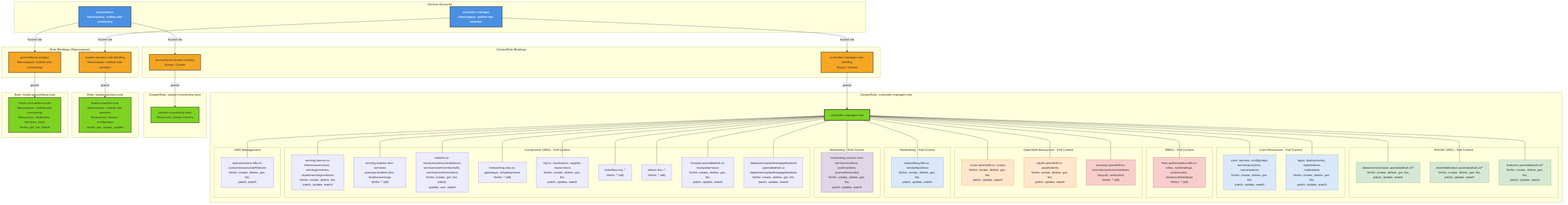
The Mermaid diagram architecture/rhoai-2.6/diagrams/rhods-operator-rbac.png in rhuss/architecture-context, before a commit. Its source is kept beside it as architecture/rhoai-2.6/diagrams/rhods-operator-rbac.mmd. Its diagram source:
```mermaid
graph TD
    subgraph "Service Accounts"
        SA_Controller[controller-manager<br/>Namespace: redhat-ods-operator]
        SA_Prometheus[prometheus<br/>Namespace: redhat-ods-monitoring]
    end

    subgraph "ClusterRole Bindings"
        CRB_Controller[controller-manager-role-binding<br/>Scope: Cluster]
        CRB_PromCluster[prometheus-cluster-monitor<br/>Scope: Cluster]
    end

    subgraph "Role Bindings (Namespace)"
        RB_Leader[leader-election-role-binding<br/>Namespace: redhat-ods-operator]
        RB_Prom[prometheus-scraper<br/>Namespace: redhat-ods-monitoring]
    end

    subgraph "ClusterRole: controller-manager-role"
        CR_Controller[controller-manager-role]

        subgraph "RHOAI CRDs - Full Control"
            Perm_DSC["datasciencecluster.opendatahub.io/*<br/>Verbs: create, delete, get, list,<br/>patch, update, watch"]
            Perm_DSCI["dscinitialization.opendatahub.io/*<br/>Verbs: create, delete, get, list,<br/>patch, update, watch"]
            Perm_Features["features.opendatahub.io/*<br/>Verbs: create, delete, get, list,<br/>patch, update, watch"]
        end

        subgraph "Core Resources - Full Control"
            Perm_Core["core: secrets, configmaps,<br/>serviceaccounts, namespaces<br/>Verbs: create, delete, get, list,<br/>patch, update, watch"]
            Perm_Apps["apps: deployments, statefulsets,<br/>replicasets<br/>Verbs: create, delete, get, list,<br/>patch, update, watch"]
        end

        subgraph "RBAC - Full Control"
            Perm_RBAC["rbac.authorization.k8s.io:<br/>roles, rolebindings,<br/>clusterroles, clusterrolebindings<br/>Verbs: * (all)"]
        end

        subgraph "OpenShift Resources - Full Control"
            Perm_Routes["route.openshift.io: routes<br/>Verbs: create, delete, get, list,<br/>patch, update, watch"]
            Perm_OAuth["oauth.openshift.io: oauthclients<br/>Verbs: create, delete, get, list,<br/>patch, update, watch"]
            Perm_SCC["security.openshift.io:<br/>securitycontextconstraints<br/>(anyuid, restricted)<br/>Verbs: * (all)"]
        end

        subgraph "Networking - Full Control"
            Perm_NetPol["networking.k8s.io: networkpolicies<br/>Verbs: create, delete, get, list,<br/>patch, update, watch"]
        end

        subgraph "Monitoring - Full Control"
            Perm_Monitoring["monitoring.coreos.com:<br/>servicemonitors, podmonitors,<br/>prometheusrules<br/>Verbs: create, delete, get, list,<br/>patch, update, watch"]
        end

        subgraph "Component CRDs - Full Control"
            Perm_KServe["serving.kserve.io:<br/>inferenceservices, servingruntimes,<br/>clusterservingruntimes<br/>Verbs: create, delete, list,<br/>patch, update, watch"]
            Perm_Knative["serving.knative.dev: services<br/>operator.knative.dev: knativeservings<br/>Verbs: * (all)"]
            Perm_ServiceMesh["maistra.io: servicemeshcontrolplanes,<br/>servicemeshmemberrolls, servicemeshmembers<br/>Verbs: create, get, list, patch,<br/>update, use, watch"]
            Perm_Istio["networking.istio.io:<br/>gateways, virtualservices<br/>Verbs: * (all)"]
            Perm_Ray["ray.io: rayclusters, rayjobs,<br/>rayservices<br/>Verbs: create, delete, get, list,<br/>patch, update, watch"]
            Perm_Kubeflow["kubeflow.org: *<br/>Verbs: * (all)"]
            Perm_Tekton["tekton.dev: *<br/>Verbs: * (all)"]
            Perm_TrustyAI["trustyai.opendatahub.io:<br/>trustyaiservices<br/>Verbs: create, delete, get, list,<br/>patch, update, watch"]
            Perm_DSP["datasciencepipelinesapplications<br/>.opendatahub.io:<br/>datasciencepipelinesapplications<br/>Verbs: create, delete, get, list,<br/>patch, update, watch"]
        end

        subgraph "CRD Management"
            Perm_CRD["apiextensions.k8s.io:<br/>customresourcedefinitions<br/>Verbs: create, delete, get, list,<br/>patch, watch"]
        end

        CR_Controller --- Perm_DSC
        CR_Controller --- Perm_DSCI
        CR_Controller --- Perm_Features
        CR_Controller --- Perm_Core
        CR_Controller --- Perm_Apps
        CR_Controller --- Perm_RBAC
        CR_Controller --- Perm_Routes
        CR_Controller --- Perm_OAuth
        CR_Controller --- Perm_SCC
        CR_Controller --- Perm_NetPol
        CR_Controller --- Perm_Monitoring
        CR_Controller --- Perm_KServe
        CR_Controller --- Perm_Knative
        CR_Controller --- Perm_ServiceMesh
        CR_Controller --- Perm_Istio
        CR_Controller --- Perm_Ray
        CR_Controller --- Perm_Kubeflow
        CR_Controller --- Perm_Tekton
        CR_Controller --- Perm_TrustyAI
        CR_Controller --- Perm_DSP
        CR_Controller --- Perm_CRD
    end

    subgraph "ClusterRole: cluster-monitoring-view"
        CR_MonView[cluster-monitoring-view<br/>Read-only cluster metrics]
    end

    subgraph "Role: leader-election-role"
        R_Leader[leader-election-role<br/>Namespace: redhat-ods-operator<br/>Resources: leases, configmaps<br/>Verbs: get, create, update]
    end

    subgraph "Role: rhods-prometheus-role"
        R_Prom[rhods-prometheus-role<br/>Namespace: redhat-ods-monitoring<br/>Resources: endpoints, services, pods<br/>Verbs: get, list, watch]
    end

    SA_Controller -->|bound via| CRB_Controller
    CRB_Controller -->|grants| CR_Controller

    SA_Prometheus -->|bound via| CRB_PromCluster
    CRB_PromCluster -->|grants| CR_MonView

    SA_Controller -->|bound via| RB_Leader
    RB_Leader -->|grants| R_Leader

    SA_Prometheus -->|bound via| RB_Prom
    RB_Prom -->|grants| R_Prom

    style SA_Controller fill:#4a90e2,stroke:#333,stroke-width:2px,color:#fff
    style SA_Prometheus fill:#4a90e2,stroke:#333,stroke-width:2px,color:#fff

    style CRB_Controller fill:#f5a623,stroke:#333,stroke-width:2px
    style CRB_PromCluster fill:#f5a623,stroke:#333,stroke-width:2px
    style RB_Leader fill:#f5a623,stroke:#333,stroke-width:2px
    style RB_Prom fill:#f5a623,stroke:#333,stroke-width:2px

    style CR_Controller fill:#7ed321,stroke:#333,stroke-width:3px
    style CR_MonView fill:#7ed321,stroke:#333,stroke-width:2px
    style R_Leader fill:#7ed321,stroke:#333,stroke-width:2px
    style R_Prom fill:#7ed321,stroke:#333,stroke-width:2px

    style Perm_DSC fill:#d5e8d4,stroke:#82b366
    style Perm_DSCI fill:#d5e8d4,stroke:#82b366
    style Perm_Features fill:#d5e8d4,stroke:#82b366
    style Perm_Core fill:#dae8fc,stroke:#6c8ebf
    style Perm_Apps fill:#dae8fc,stroke:#6c8ebf
    style Perm_RBAC fill:#f8cecc,stroke:#b85450
    style Perm_Routes fill:#ffe6cc,stroke:#d79b00
    style Perm_OAuth fill:#ffe6cc,stroke:#d79b00
    style Perm_SCC fill:#f8cecc,stroke:#b85450
    style Perm_NetPol fill:#dae8fc,stroke:#6c8ebf
    style Perm_Monitoring fill:#e1d5e7,stroke:#9673a6
```
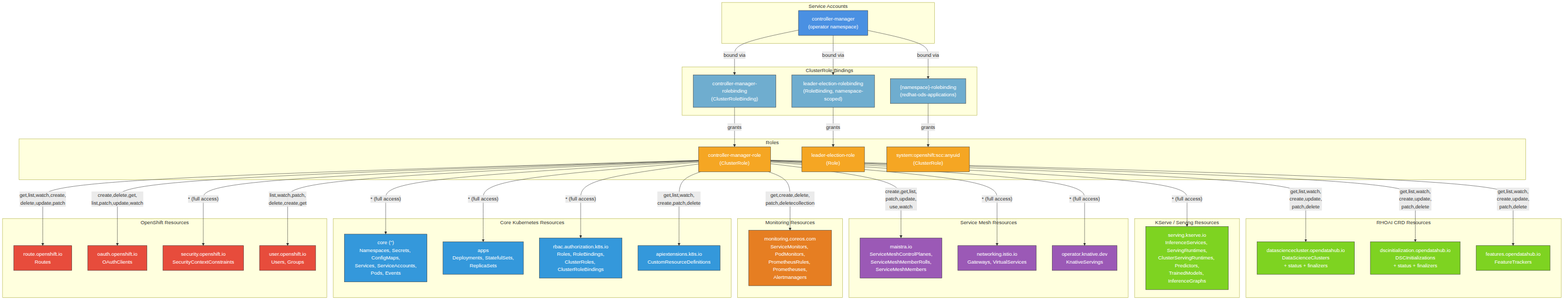
After the commit.

The edit, as a diff of the source:
```diff
@@ -1,135 +1,100 @@
+
 graph TD
     subgraph "Service Accounts"
-        SA_Controller[controller-manager<br/>Namespace: redhat-ods-operator]
-        SA_Prometheus[prometheus<br/>Namespace: redhat-ods-monitoring]
+        SA["controller-manager<br/>(operator namespace)"]
     end
 
     subgraph "ClusterRole Bindings"
-        CRB_Controller[controller-manager-role-binding<br/>Scope: Cluster]
-        CRB_PromCluster[prometheus-cluster-monitor<br/>Scope: Cluster]
+        CRB["controller-manager-rolebinding<br/>(ClusterRoleBinding)"]
+        LEB["leader-election-rolebinding<br/>(RoleBinding, namespace-scoped)"]
+        SCCB["{namespace}-rolebinding<br/>(redhat-ods-applications)"]
     end
 
-    subgraph "Role Bindings (Namespace)"
-        RB_Leader[leader-election-role-binding<br/>Namespace: redhat-ods-operator]
-        RB_Prom[prometheus-scraper<br/>Namespace: redhat-ods-monitoring]
+    subgraph "Roles"
+        CR["controller-manager-role<br/>(ClusterRole)"]
+        LER["leader-election-role<br/>(Role)"]
+        SCC["system:openshift:scc:anyuid<br/>(ClusterRole)"]
     end
 
-    subgraph "ClusterRole: controller-manager-role"
-        CR_Controller[controller-manager-role]
-
-        subgraph "RHOAI CRDs - Full Control"
-            Perm_DSC["datasciencecluster.opendatahub.io/*<br/>Verbs: create, delete, get, list,<br/>patch, update, watch"]
-            Perm_DSCI["dscinitialization.opendatahub.io/*<br/>Verbs: create, delete, get, list,<br/>patch, update, watch"]
-            Perm_Features["features.opendatahub.io/*<br/>Verbs: create, delete, get, list,<br/>patch, update, watch"]
-        end
-
-        subgraph "Core Resources - Full Control"
-            Perm_Core["core: secrets, configmaps,<br/>serviceaccounts, namespaces<br/>Verbs: create, delete, get, list,<br/>patch, update, watch"]
-            Perm_Apps["apps: deployments, statefulsets,<br/>replicasets<br/>Verbs: create, delete, get, list,<br/>patch, update, watch"]
-        end
-
-        subgraph "RBAC - Full Control"
-            Perm_RBAC["rbac.authorization.k8s.io:<br/>roles, rolebindings,<br/>clusterroles, clusterrolebindings<br/>Verbs: * (all)"]
-        end
-
-        subgraph "OpenShift Resources - Full Control"
-            Perm_Routes["route.openshift.io: routes<br/>Verbs: create, delete, get, list,<br/>patch, update, watch"]
-            Perm_OAuth["oauth.openshift.io: oauthclients<br/>Verbs: create, delete, get, list,<br/>patch, update, watch"]
-            Perm_SCC["security.openshift.io:<br/>securitycontextconstraints<br/>(anyuid, restricted)<br/>Verbs: * (all)"]
-        end
-
-        subgraph "Networking - Full Control"
-            Perm_NetPol["networking.k8s.io: networkpolicies<br/>Verbs: create, delete, get, list,<br/>patch, update, watch"]
-        end
-
-        subgraph "Monitoring - Full Control"
-            Perm_Monitoring["monitoring.coreos.com:<br/>servicemonitors, podmonitors,<br/>prometheusrules<br/>Verbs: create, delete, get, list,<br/>patch, update, watch"]
-        end
-
-        subgraph "Component CRDs - Full Control"
-            Perm_KServe["serving.kserve.io:<br/>inferenceservices, servingruntimes,<br/>clusterservingruntimes<br/>Verbs: create, delete, list,<br/>patch, update, watch"]
-            Perm_Knative["serving.knative.dev: services<br/>operator.knative.dev: knativeservings<br/>Verbs: * (all)"]
-            Perm_ServiceMesh["maistra.io: servicemeshcontrolplanes,<br/>servicemeshmemberrolls, servicemeshmembers<br/>Verbs: create, get, list, patch,<br/>update, use, watch"]
-            Perm_Istio["networking.istio.io:<br/>gateways, virtualservices<br/>Verbs: * (all)"]
-            Perm_Ray["ray.io: rayclusters, rayjobs,<br/>rayservices<br/>Verbs: create, delete, get, list,<br/>patch, update, watch"]
-            Perm_Kubeflow["kubeflow.org: *<br/>Verbs: * (all)"]
-            Perm_Tekton["tekton.dev: *<br/>Verbs: * (all)"]
-            Perm_TrustyAI["trustyai.opendatahub.io:<br/>trustyaiservices<br/>Verbs: create, delete, get, list,<br/>patch, update, watch"]
-            Perm_DSP["datasciencepipelinesapplications<br/>.opendatahub.io:<br/>datasciencepipelinesapplications<br/>Verbs: create, delete, get, list,<br/>patch, update, watch"]
-        end
-
-        subgraph "CRD Management"
-            Perm_CRD["apiextensions.k8s.io:<br/>customresourcedefinitions<br/>Verbs: create, delete, get, list,<br/>patch, watch"]
-        end
-
-        CR_Controller --- Perm_DSC
-        CR_Controller --- Perm_DSCI
-        CR_Controller --- Perm_Features
-        CR_Controller --- Perm_Core
-        CR_Controller --- Perm_Apps
-        CR_Controller --- Perm_RBAC
-        CR_Controller --- Perm_Routes
-        CR_Controller --- Perm_OAuth
-        CR_Controller --- Perm_SCC
-        CR_Controller --- Perm_NetPol
-        CR_Controller --- Perm_Monitoring
-        CR_Controller --- Perm_KServe
-        CR_Controller --- Perm_Knative
-        CR_Controller --- Perm_ServiceMesh
-        CR_Controller --- Perm_Istio
-        CR_Controller --- Perm_Ray
-        CR_Controller --- Perm_Kubeflow
-        CR_Controller --- Perm_Tekton
-        CR_Controller --- Perm_TrustyAI
-        CR_Controller --- Perm_DSP
-        CR_Controller --- Perm_CRD
+    subgraph "RHOAI CRD Resources"
+        DSC["datasciencecluster.opendatahub.io<br/>DataScienceClusters<br/>+ status + finalizers"]
+        DSCI["dscinitialization.opendatahub.io<br/>DSCInitializations<br/>+ status + finalizers"]
+        FT["features.opendatahub.io<br/>FeatureTrackers"]
     end
 
-    subgraph "ClusterRole: cluster-monitoring-view"
-        CR_MonView[cluster-monitoring-view<br/>Read-only cluster metrics]
+    subgraph "KServe / Serving Resources"
+        KServeRes["serving.kserve.io<br/>InferenceServices, ServingRuntimes,<br/>ClusterServingRuntimes, Predictors,<br/>TrainedModels, InferenceGraphs"]
     end
 
-    subgraph "Role: leader-election-role"
-        R_Leader[leader-election-role<br/>Namespace: redhat-ods-operator<br/>Resources: leases, configmaps<br/>Verbs: get, create, update]
+    subgraph "Service Mesh Resources"
+        Maistra["maistra.io<br/>ServiceMeshControlPlanes,<br/>ServiceMeshMemberRolls,<br/>ServiceMeshMembers"]
+        Istio["networking.istio.io<br/>Gateways, VirtualServices"]
+        KnativeRes["operator.knative.dev<br/>KnativeServings"]
     end
 
-    subgraph "Role: rhods-prometheus-role"
-        R_Prom[rhods-prometheus-role<br/>Namespace: redhat-ods-monitoring<br/>Resources: endpoints, services, pods<br/>Verbs: get, list, watch]
+    subgraph "Monitoring Resources"
+        MonRes["monitoring.coreos.com<br/>ServiceMonitors, PodMonitors,<br/>PrometheusRules, Prometheuses,<br/>Alertmanagers"]
     end
 
-    SA_Controller -->|bound via| CRB_Controller
-    CRB_Controller -->|grants| CR_Controller
+    subgraph "Core Kubernetes Resources"
+        CoreRes["core ('')<br/>Namespaces, Secrets, ConfigMaps,<br/>Services, ServiceAccounts,<br/>Pods, Events"]
+        AppsRes["apps<br/>Deployments, StatefulSets,<br/>ReplicaSets"]
+        RBACRes["rbac.authorization.k8s.io<br/>Roles, RoleBindings,<br/>ClusterRoles, ClusterRoleBindings"]
+        CRDRes["apiextensions.k8s.io<br/>CustomResourceDefinitions"]
+    end
 
-    SA_Prometheus -->|bound via| CRB_PromCluster
-    CRB_PromCluster -->|grants| CR_MonView
+    subgraph "OpenShift Resources"
+        RouteRes["route.openshift.io<br/>Routes"]
+        OAuthRes["oauth.openshift.io<br/>OAuthClients"]
+        SCCRes["security.openshift.io<br/>SecurityContextConstraints"]
+        UserRes["user.openshift.io<br/>Users, Groups"]
+    end
 
-    SA_Controller -->|bound via| RB_Leader
-    RB_Leader -->|grants| R_Leader
+    SA -->|bound via| CRB
+    SA -->|bound via| LEB
+    SA -->|bound via| SCCB
 
-    SA_Prometheus -->|bound via| RB_Prom
-    RB_Prom -->|grants| R_Prom
+    CRB -->|grants| CR
+    LEB -->|grants| LER
+    SCCB -->|grants| SCC
 
-    style SA_Controller fill:#4a90e2,stroke:#333,stroke-width:2px,color:#fff
-    style SA_Prometheus fill:#4a90e2,stroke:#333,stroke-width:2px,color:#fff
+    CR -->|"get,list,watch,<br/>create,update,<br/>patch,delete"| DSC
+    CR -->|"get,list,watch,<br/>create,update,<br/>patch,delete"| DSCI
+    CR -->|"get,list,watch,<br/>create,update,<br/>patch,delete"| FT
+    CR -->|"* (full access)"| KServeRes
+    CR -->|"create,get,list,<br/>patch,update,<br/>use,watch"| Maistra
+    CR -->|"* (full access)"| Istio
+    CR -->|"* (full access)"| KnativeRes
+    CR -->|"get,create,delete,<br/>patch,deletecollection"| MonRes
+    CR -->|"* (full access)"| CoreRes
+    CR -->|"* (full access)"| AppsRes
+    CR -->|"* (full access)"| RBACRes
+    CR -->|"get,list,watch,<br/>create,patch,delete"| CRDRes
+    CR -->|"get,list,watch,create,<br/>delete,update,patch"| RouteRes
+    CR -->|"create,delete,get,<br/>list,patch,update,watch"| OAuthRes
+    CR -->|"* (full access)"| SCCRes
+    CR -->|"list,watch,patch,<br/>delete,create,get"| UserRes
 
-    style CRB_Controller fill:#f5a623,stroke:#333,stroke-width:2px
-    style CRB_PromCluster fill:#f5a623,stroke:#333,stroke-width:2px
-    style RB_Leader fill:#f5a623,stroke:#333,stroke-width:2px
-    style RB_Prom fill:#f5a623,stroke:#333,stroke-width:2px
-
-    style CR_Controller fill:#7ed321,stroke:#333,stroke-width:3px
-    style CR_MonView fill:#7ed321,stroke:#333,stroke-width:2px
-    style R_Leader fill:#7ed321,stroke:#333,stroke-width:2px
-    style R_Prom fill:#7ed321,stroke:#333,stroke-width:2px
-
-    style Perm_DSC fill:#d5e8d4,stroke:#82b366
-    style Perm_DSCI fill:#d5e8d4,stroke:#82b366
-    style Perm_Features fill:#d5e8d4,stroke:#82b366
-    style Perm_Core fill:#dae8fc,stroke:#6c8ebf
-    style Perm_Apps fill:#dae8fc,stroke:#6c8ebf
-    style Perm_RBAC fill:#f8cecc,stroke:#b85450
-    style Perm_Routes fill:#ffe6cc,stroke:#d79b00
-    style Perm_OAuth fill:#ffe6cc,stroke:#d79b00
-    style Perm_SCC fill:#f8cecc,stroke:#b85450
-    style Perm_NetPol fill:#dae8fc,stroke:#6c8ebf
-    style Perm_Monitoring fill:#e1d5e7,stroke:#9673a6
+    style SA fill:#4a90e2,stroke:#333,color:#fff
+    style CRB fill:#6fadcf,stroke:#333,color:#fff
+    style LEB fill:#6fadcf,stroke:#333,color:#fff
+    style SCCB fill:#6fadcf,stroke:#333,color:#fff
+    style CR fill:#f5a623,stroke:#333,color:#fff
+    style LER fill:#f5a623,stroke:#333,color:#fff
+    style SCC fill:#f5a623,stroke:#333,color:#fff
+    style DSC fill:#7ed321,stroke:#333,color:#fff
+    style DSCI fill:#7ed321,stroke:#333,color:#fff
+    style FT fill:#7ed321,stroke:#333,color:#fff
+    style KServeRes fill:#7ed321,stroke:#333,color:#fff
+    style Maistra fill:#9b59b6,stroke:#333,color:#fff
+    style Istio fill:#9b59b6,stroke:#333,color:#fff
+    style KnativeRes fill:#9b59b6,stroke:#333,color:#fff
+    style MonRes fill:#e67e22,stroke:#333,color:#fff
+    style CoreRes fill:#3498db,stroke:#333,color:#fff
+    style AppsRes fill:#3498db,stroke:#333,color:#fff
+    style RBACRes fill:#3498db,stroke:#333,color:#fff
+    style CRDRes fill:#3498db,stroke:#333,color:#fff
+    style RouteRes fill:#e74c3c,stroke:#333,color:#fff
+    style OAuthRes fill:#e74c3c,stroke:#333,color:#fff
+    style SCCRes fill:#e74c3c,stroke:#333,color:#fff
+    style UserRes fill:#e74c3c,stroke:#333,color:#fff
```
